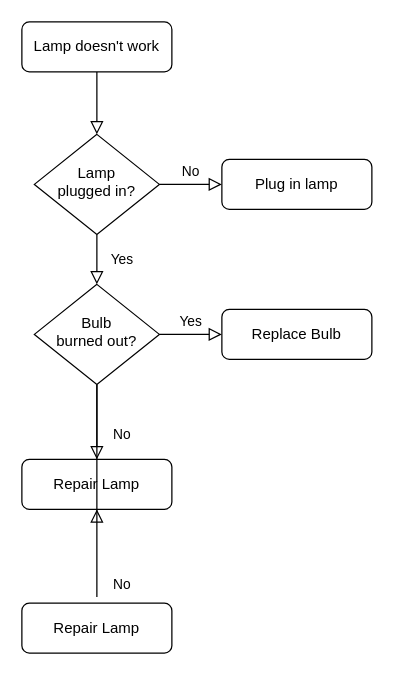
Above: Untitled Diagram.drawio in ateenss/charts_draw (draw.io), before the change. Source tidied: cells renumbered, new cells numbered last; positions are measured from the earlier drawing's top-left corner, leaving out a move shared by most shapes. Both pictures are drawn from the tidied source at 125%, with x=0, y=0 at pixel (21, 21).
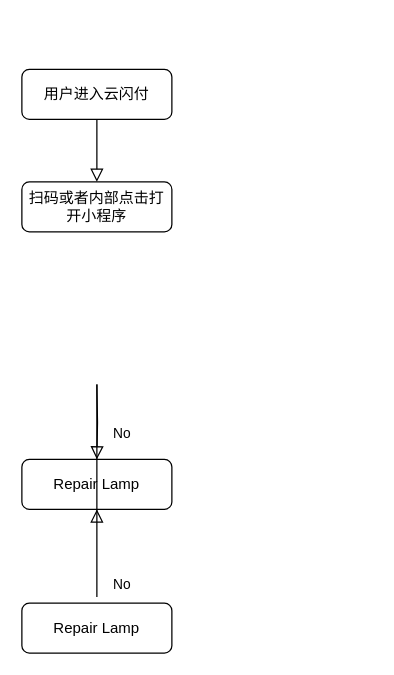
The same diagram, later.

What changed in the source:
```diff
@@
 <mxGraphModel>
   <root>
     <mxCell id="0" />
     <mxCell id="1" parent="0" />
-    <mxCell id="2" style="rounded=0;html=1;jettySize=auto;fontSize=11;endArrow=block;endFill=0;endSize=8;strokeWidth=1;shadow=0;labelBackgroundColor=none;edgeStyle=orthogonalEdgeStyle;" parent="1" edge="1" source="3" target="6">
-      <mxGeometry relative="1" as="geometry" />
+    <mxCell id="2" style="rounded=0;html=1;jettySize=auto;fontSize=11;endArrow=block;endFill=0;endSize=8;strokeWidth=1;shadow=0;labelBackgroundColor=none;edgeStyle=orthogonalEdgeStyle;" parent="1" edge="1" source="3">
+      <mxGeometry relative="1" as="geometry">
+        <mxPoint x="60" y="128" as="targetPoint" />
+      </mxGeometry>
     </mxCell>
-    <mxCell id="3" value="Lamp doesn't work" style="rounded=1;whiteSpace=wrap;html=1;fontSize=12;glass=0;strokeWidth=1;shadow=0;" parent="1" vertex="1">
-      <mxGeometry width="120" height="40" as="geometry" />
+    <mxCell id="3" value="用户进入云闪付" style="rounded=1;whiteSpace=wrap;html=1;fontSize=12;glass=0;strokeWidth=1;shadow=0;" parent="1" vertex="1">
+      <mxGeometry y="38" width="120" height="40" as="geometry" />
     </mxCell>
-    <mxCell id="4" value="Yes" style="rounded=0;html=1;jettySize=auto;fontSize=11;endArrow=block;endFill=0;endSize=8;strokeWidth=1;shadow=0;labelBackgroundColor=none;edgeStyle=orthogonalEdgeStyle;" parent="1" edge="1" source="6" target="10">
-      <mxGeometry y="20" relative="1" as="geometry" />
-    </mxCell>
-    <mxCell id="5" value="No" style="edgeStyle=orthogonalEdgeStyle;rounded=0;html=1;jettySize=auto;fontSize=11;endArrow=block;endFill=0;endSize=8;strokeWidth=1;shadow=0;labelBackgroundColor=none;" parent="1" edge="1" source="6" target="7">
-      <mxGeometry y="10" relative="1" as="geometry" />
-    </mxCell>
-    <mxCell id="6" value="Lamp&lt;br&gt;plugged in?" style="rhombus;whiteSpace=wrap;html=1;shadow=0;fontFamily=Helvetica;fontSize=12;align=center;strokeWidth=1;spacing=6;spacingTop=-4;" parent="1" vertex="1">
-      <mxGeometry x="10" y="90" width="100" height="80" as="geometry" />
-    </mxCell>
-    <mxCell id="7" value="Plug in lamp" style="rounded=1;whiteSpace=wrap;html=1;fontSize=12;glass=0;strokeWidth=1;shadow=0;" parent="1" vertex="1">
-      <mxGeometry x="160" y="110" width="120" height="40" as="geometry" />
-    </mxCell>
-    <mxCell id="8" value="No" style="rounded=0;html=1;jettySize=auto;fontSize=11;endArrow=block;endFill=0;endSize=8;strokeWidth=1;shadow=0;labelBackgroundColor=none;edgeStyle=orthogonalEdgeStyle;" parent="1" edge="1" source="10" target="11">
-      <mxGeometry x="0.33" y="20" relative="1" as="geometry" />
+    <mxCell id="8" value="No" style="rounded=0;html=1;jettySize=auto;fontSize=11;endArrow=block;endFill=0;endSize=8;strokeWidth=1;shadow=0;labelBackgroundColor=none;edgeStyle=orthogonalEdgeStyle;" parent="1" edge="1" target="11">
+      <mxGeometry x="0.33" y="20" relative="1" as="geometry">
+        <mxPoint x="60" y="290" as="sourcePoint" />
+      </mxGeometry>
     </mxCell>
-    <mxCell id="9" value="Yes" style="edgeStyle=orthogonalEdgeStyle;rounded=0;html=1;jettySize=auto;fontSize=11;endArrow=block;endFill=0;endSize=8;strokeWidth=1;shadow=0;labelBackgroundColor=none;" parent="1" edge="1" source="10" target="12">
-      <mxGeometry y="10" relative="1" as="geometry" />
-    </mxCell>
-    <mxCell id="10" value="Bulb&lt;br&gt;burned out?" style="rhombus;whiteSpace=wrap;html=1;shadow=0;fontFamily=Helvetica;fontSize=12;align=center;strokeWidth=1;spacing=6;spacingTop=-4;" parent="1" vertex="1">
-      <mxGeometry x="10" y="210" width="100" height="80" as="geometry" />
-    </mxCell>
     <mxCell id="11" value="Repair Lamp" style="rounded=1;whiteSpace=wrap;html=1;fontSize=12;glass=0;strokeWidth=1;shadow=0;" parent="1" vertex="1">
       <mxGeometry y="350" width="120" height="40" as="geometry" />
     </mxCell>
-    <mxCell id="12" value="Replace Bulb" style="rounded=1;whiteSpace=wrap;html=1;fontSize=12;glass=0;strokeWidth=1;shadow=0;" parent="1" vertex="1">
-      <mxGeometry x="160" y="230" width="120" height="40" as="geometry" />
-    </mxCell>
     <mxCell id="13" value="Repair Lamp" style="rounded=1;whiteSpace=wrap;html=1;fontSize=12;glass=0;strokeWidth=1;shadow=0;" parent="1" vertex="1">
       <mxGeometry y="465" width="120" height="40" as="geometry" />
     </mxCell>
-    <mxCell id="14" value="No" style="rounded=0;html=1;jettySize=auto;fontSize=11;endArrow=block;endFill=0;endSize=8;strokeWidth=1;shadow=0;labelBackgroundColor=none;edgeStyle=orthogonalEdgeStyle;" parent="1" edge="1" source="10" target="11">
+    <mxCell id="14" value="No" style="rounded=0;html=1;jettySize=auto;fontSize=11;endArrow=block;endFill=0;endSize=8;strokeWidth=1;shadow=0;labelBackgroundColor=none;edgeStyle=orthogonalEdgeStyle;" parent="1" edge="1" target="11">
       <mxGeometry x="0.33" y="20" relative="1" as="geometry">
+        <mxPoint x="60" y="290" as="sourcePoint" />
         <Array as="points">
           <mxPoint x="60" y="460" />
           <mxPoint x="60" y="460" />
         </Array>
       </mxGeometry>
     </mxCell>
+    <mxCell id="15" value="扫码或者内部点击打开小程序" style="rounded=1;whiteSpace=wrap;html=1;" parent="1" vertex="1">
+      <mxGeometry y="128" width="120" height="40" as="geometry" />
+    </mxCell>
   </root>
 </mxGraphModel>
```
